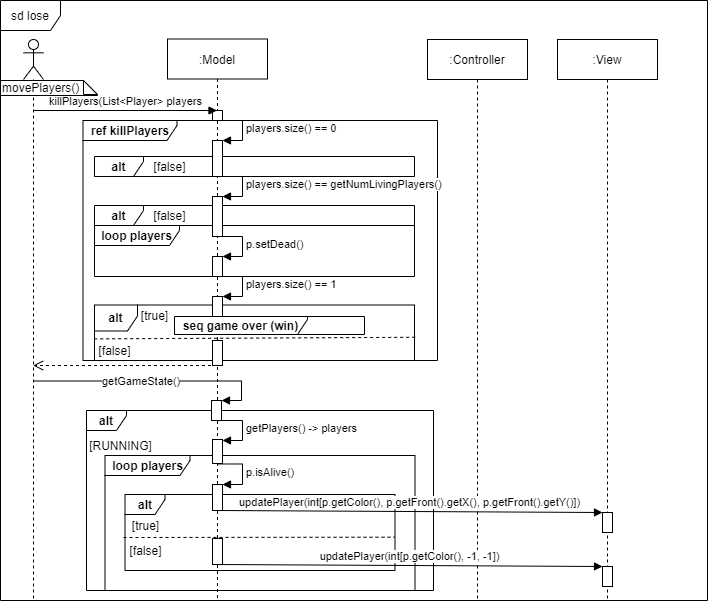
This is Doku/images/SD_UC7Lose.png from KjellooMelloo/gameoftrons, a draw.io export, as it was before one commit. Source tidied: cells renumbered, new cells last; positions are measured from the earlier drawing's top-left corner, leaving out a move shared by most shapes.
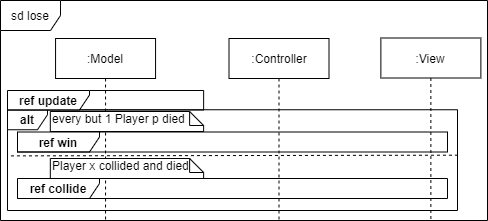
Above is the later version.

The edit, as a diff of the source:
```diff
@@ -3,198 +3,39 @@
     <mxCell id="0" />
     <mxCell id="1" parent="0" />
     <mxCell id="2" value="sd lose" style="shape=umlFrame;whiteSpace=wrap;html=1;fillColor=#ffffff;" parent="1" vertex="1">
-      <mxGeometry width="707" height="600" as="geometry" />
+      <mxGeometry y="-660" width="487" height="220" as="geometry" />
     </mxCell>
-    <mxCell id="3" value="&lt;b&gt;alt&lt;/b&gt;" style="shape=umlFrame;whiteSpace=wrap;html=1;width=40;height=20;" parent="1" vertex="1">
-      <mxGeometry x="124.5" y="494" width="270" height="76" as="geometry" />
+    <mxCell id="3" value="&lt;b&gt;alt&lt;/b&gt;" style="shape=umlFrame;whiteSpace=wrap;html=1;fillColor=#ffffff;width=40;height=20;" parent="1" vertex="1">
+      <mxGeometry x="7" y="-550.8" width="450" height="100.8" as="geometry" />
     </mxCell>
-    <mxCell id="4" value="&lt;b&gt;loop players&lt;/b&gt;" style="shape=umlFrame;whiteSpace=wrap;html=1;width=85;height=20;" parent="1" vertex="1">
-      <mxGeometry x="104.5" y="455" width="310" height="135" as="geometry" />
+    <mxCell id="4" value=":Model" style="shape=umlLifeline;perimeter=lifelinePerimeter;whiteSpace=wrap;html=1;" parent="1" vertex="1">
+      <mxGeometry x="55.1" y="-622" width="100" height="182" as="geometry" />
     </mxCell>
-    <mxCell id="5" value="&lt;b&gt;alt&lt;/b&gt;" style="shape=umlFrame;whiteSpace=wrap;html=1;width=40;height=20;" parent="1" vertex="1">
-      <mxGeometry x="86" y="410" width="347" height="180" as="geometry" />
+    <mxCell id="5" value=":Controller" style="shape=umlLifeline;perimeter=lifelinePerimeter;whiteSpace=wrap;html=1;outlineConnect=0;" parent="1" vertex="1">
+      <mxGeometry x="228.5" y="-622" width="100" height="182" as="geometry" />
     </mxCell>
-    <mxCell id="6" value="&lt;b&gt;ref killPlayers&lt;/b&gt;" style="shape=umlFrame;whiteSpace=wrap;html=1;fillColor=#ffffff;width=94;height=20;" parent="1" vertex="1">
-      <mxGeometry x="82.5" y="120" width="354.5" height="240" as="geometry" />
+    <mxCell id="6" value=":View" style="shape=umlLifeline;perimeter=lifelinePerimeter;whiteSpace=wrap;html=1;" parent="1" vertex="1">
+      <mxGeometry x="380.4" y="-622.5" width="100" height="182.5" as="geometry" />
     </mxCell>
-    <mxCell id="7" value="&lt;b&gt;alt&lt;/b&gt;" style="shape=umlFrame;whiteSpace=wrap;html=1;fillColor=#ffffff;width=43;height=26;" parent="1" vertex="1">
-      <mxGeometry x="94" y="304.5" width="320" height="55.5" as="geometry" />
+    <mxCell id="7" value="&lt;b&gt;ref update&lt;/b&gt;" style="shape=umlFrame;whiteSpace=wrap;html=1;fillColor=#ffffff;width=82;height=20;" parent="1" vertex="1">
+      <mxGeometry x="7" y="-570" width="196.1" height="19.5" as="geometry" />
     </mxCell>
-    <mxCell id="8" value="&lt;b&gt;loop players&lt;/b&gt;" style="shape=umlFrame;whiteSpace=wrap;html=1;width=85;height=20;" parent="1" vertex="1">
-      <mxGeometry x="94" y="225" width="320" height="51" as="geometry" />
+    <mxCell id="8" value="every but 1 Player p died" style="shape=note;whiteSpace=wrap;html=1;size=14;verticalAlign=top;align=left;spacingTop=-6;" parent="1" vertex="1">
+      <mxGeometry x="49.8" y="-549" width="153.3" height="20" as="geometry" />
     </mxCell>
-    <mxCell id="9" value="&lt;b&gt;alt&lt;/b&gt;" style="shape=umlFrame;whiteSpace=wrap;html=1;fillColor=#ffffff;width=49;height=20;" parent="1" vertex="1">
-      <mxGeometry x="94" y="205" width="320" height="20" as="geometry" />
+    <mxCell id="9" value="&lt;b&gt;ref win&lt;/b&gt;" style="shape=umlFrame;whiteSpace=wrap;html=1;fillColor=#ffffff;width=82;height=20;" parent="1" vertex="1">
+      <mxGeometry x="17" y="-528.5" width="430" height="20" as="geometry" />
     </mxCell>
-    <mxCell id="10" value="[false]" style="text;html=1;align=center;verticalAlign=middle;" parent="1" vertex="1">
-      <mxGeometry x="144" y="205" width="50" height="20" as="geometry" />
+    <mxCell id="10" style="endArrow=none;dashed=1;html=1;exitX=1.001;exitY=0.451;exitDx=0;exitDy=0;exitPerimeter=0;entryX=0;entryY=0.587;entryDx=0;entryDy=0;entryPerimeter=0;" parent="1" edge="1" source="3">
+      <mxGeometry relative="1" as="geometry">
+        <mxPoint x="7" y="-504.6" as="targetPoint" />
+      </mxGeometry>
     </mxCell>
-    <mxCell id="11" value="&lt;b&gt;alt&lt;/b&gt;" style="shape=umlFrame;whiteSpace=wrap;html=1;fillColor=#ffffff;width=49;height=20;" parent="1" vertex="1">
-      <mxGeometry x="94" y="156" width="320" height="20" as="geometry" />
+    <mxCell id="11" value="Player x collided and died" style="shape=note;whiteSpace=wrap;html=1;size=14;verticalAlign=top;align=left;spacingTop=-6;" parent="1" vertex="1">
+      <mxGeometry x="49.8" y="-502" width="153.3" height="20" as="geometry" />
     </mxCell>
-    <mxCell id="12" value="[false]" style="text;html=1;align=center;verticalAlign=middle;" parent="1" vertex="1">
-      <mxGeometry x="144" y="156" width="50" height="20" as="geometry" />
+    <mxCell id="12" value="&lt;b&gt;ref collide&lt;/b&gt;" style="shape=umlFrame;whiteSpace=wrap;html=1;fillColor=#ffffff;width=82;height=20;" parent="1" vertex="1">
+      <mxGeometry x="17" y="-482" width="430" height="20" as="geometry" />
     </mxCell>
-    <mxCell id="13" value=":Model" style="shape=umlLifeline;perimeter=lifelinePerimeter;whiteSpace=wrap;html=1;" parent="1" vertex="1">
-      <mxGeometry x="167" y="38.5" width="100" height="561.5" as="geometry" />
-    </mxCell>
-    <mxCell id="14" style="html=1;perimeter=orthogonalPerimeter;" parent="13" vertex="1">
-      <mxGeometry x="45" y="71.5" width="10" height="10" as="geometry" />
-    </mxCell>
-    <mxCell id="15" style="html=1;points=[];perimeter=orthogonalPerimeter;" parent="13" vertex="1">
-      <mxGeometry x="45" y="101.5" width="10" height="36" as="geometry" />
-    </mxCell>
-    <mxCell id="16" value="players.size() == 0" style="edgeStyle=orthogonalEdgeStyle;html=1;align=left;spacingLeft=2;endArrow=block;rounded=0;entryX=1;entryY=0;" parent="13" edge="1" target="15">
-      <mxGeometry relative="1" as="geometry">
-        <mxPoint x="50" y="81.5" as="sourcePoint" />
-        <Array as="points">
-          <mxPoint x="75" y="81.5" />
-        </Array>
-      </mxGeometry>
-    </mxCell>
-    <mxCell id="17" style="html=1;points=[];perimeter=orthogonalPerimeter;" parent="13" vertex="1">
-      <mxGeometry x="45" y="157.5" width="10" height="40" as="geometry" />
-    </mxCell>
-    <mxCell id="18" value="players.size() == getNumLivingPlayers()" style="edgeStyle=orthogonalEdgeStyle;html=1;align=left;spacingLeft=2;endArrow=block;rounded=0;entryX=1;entryY=0;" parent="13" edge="1" target="17">
-      <mxGeometry relative="1" as="geometry">
-        <mxPoint x="50" y="137.5" as="sourcePoint" />
-        <Array as="points">
-          <mxPoint x="75" y="137.5" />
-        </Array>
-      </mxGeometry>
-    </mxCell>
-    <mxCell id="19" style="html=1;points=[];perimeter=orthogonalPerimeter;" parent="13" vertex="1">
-      <mxGeometry x="45" y="217.5" width="10" height="20" as="geometry" />
-    </mxCell>
-    <mxCell id="20" value="p.setDead()" style="edgeStyle=orthogonalEdgeStyle;html=1;align=left;spacingLeft=2;endArrow=block;rounded=0;entryX=1;entryY=0;" parent="13" edge="1" target="19">
-      <mxGeometry relative="1" as="geometry">
-        <mxPoint x="50" y="197.5" as="sourcePoint" />
-        <Array as="points">
-          <mxPoint x="75" y="197.5" />
-        </Array>
-      </mxGeometry>
-    </mxCell>
-    <mxCell id="21" style="html=1;points=[];perimeter=orthogonalPerimeter;" parent="13" vertex="1">
-      <mxGeometry x="45" y="257.5" width="10" height="20" as="geometry" />
-    </mxCell>
-    <mxCell id="22" value="players.size() == 1" style="edgeStyle=orthogonalEdgeStyle;html=1;align=left;spacingLeft=2;endArrow=block;rounded=0;entryX=1;entryY=0;" parent="13" edge="1" target="21">
-      <mxGeometry relative="1" as="geometry">
-        <mxPoint x="50" y="237.5" as="sourcePoint" />
-        <Array as="points">
-          <mxPoint x="75" y="237.5" />
-        </Array>
-      </mxGeometry>
-    </mxCell>
-    <mxCell id="23" style="html=1;perimeter=orthogonalPerimeter;" parent="13" vertex="1">
-      <mxGeometry x="45" y="301.5" width="10" height="25" as="geometry" />
-    </mxCell>
-    <mxCell id="24" style="html=1;points=[];perimeter=orthogonalPerimeter;" parent="13" vertex="1">
-      <mxGeometry x="44" y="361.5" width="10" height="20" as="geometry" />
-    </mxCell>
-    <mxCell id="25" style="shape=umlLifeline;participant=umlActor;perimeter=lifelinePerimeter;whiteSpace=wrap;html=1;verticalAlign=top;spacingTop=36;labelBackgroundColor=#ffffff;outlineConnect=0;" parent="1" vertex="1">
-      <mxGeometry x="23" y="39" width="20" height="561" as="geometry" />
-    </mxCell>
-    <mxCell id="26" value="killPlayers(List&amp;lt;Player&amp;gt; players" style="html=1;verticalAlign=bottom;endArrow=block;" parent="25" edge="1">
-      <mxGeometry relative="1" as="geometry">
-        <mxPoint x="9.5" y="71" as="sourcePoint" />
-        <mxPoint x="193.5" y="71" as="targetPoint" />
-      </mxGeometry>
-    </mxCell>
-    <mxCell id="27" value=":Controller" style="shape=umlLifeline;perimeter=lifelinePerimeter;whiteSpace=wrap;html=1;" parent="1" vertex="1">
-      <mxGeometry x="427" y="39" width="100" height="561" as="geometry" />
-    </mxCell>
-    <mxCell id="28" value=":View" style="shape=umlLifeline;perimeter=lifelinePerimeter;whiteSpace=wrap;html=1;" parent="1" vertex="1">
-      <mxGeometry x="557" y="39" width="100" height="561" as="geometry" />
-    </mxCell>
-    <mxCell id="29" style="html=1;points=[];perimeter=orthogonalPerimeter;" parent="28" vertex="1">
-      <mxGeometry x="45" y="473" width="10" height="20" as="geometry" />
-    </mxCell>
-    <mxCell id="30" style="html=1;points=[];perimeter=orthogonalPerimeter;" parent="28" vertex="1">
-      <mxGeometry x="45" y="527" width="10" height="20" as="geometry" />
-    </mxCell>
-    <mxCell id="31" value="movePlayers()" style="shape=note;whiteSpace=wrap;html=1;size=14;verticalAlign=top;align=left;spacingTop=-6;" parent="1" vertex="1">
-      <mxGeometry y="80" width="97" height="15" as="geometry" />
-    </mxCell>
-    <mxCell id="32" style="html=1;perimeter=orthogonalPerimeter;" parent="1" vertex="1">
-      <mxGeometry x="212" y="439" width="10" height="24" as="geometry" />
-    </mxCell>
-    <mxCell id="33" style="html=1;points=[];perimeter=orthogonalPerimeter;" parent="1" vertex="1">
-      <mxGeometry x="212" y="484" width="10" height="26" as="geometry" />
-    </mxCell>
-    <mxCell id="34" style="html=1;perimeter=orthogonalPerimeter;" parent="1" vertex="1">
-      <mxGeometry x="212" y="538" width="10" height="26" as="geometry" />
-    </mxCell>
-    <mxCell id="35" value="[true]" style="text;html=1;align=center;verticalAlign=middle;" parent="1" vertex="1">
-      <mxGeometry x="134" y="304.5" width="40" height="20" as="geometry" />
-    </mxCell>
-    <mxCell id="36" value="&lt;b&gt;seq game over (win)&lt;/b&gt;" style="shape=umlFrame;whiteSpace=wrap;html=1;fillColor=#ffffff;width=133;height=18;" parent="1" vertex="1">
-      <mxGeometry x="174" y="316" width="190" height="18" as="geometry" />
-    </mxCell>
-    <mxCell id="37" style="endArrow=none;dashed=1;html=1;exitX=-0.001;exitY=0.532;exitDx=0;exitDy=0;exitPerimeter=0;entryX=1.01;entryY=0.514;entryDx=0;entryDy=0;entryPerimeter=0;" parent="1" edge="1">
-      <mxGeometry relative="1" as="geometry">
-        <mxPoint x="93.7" y="338.4" as="sourcePoint" />
-        <mxPoint x="417.2" y="336.8" as="targetPoint" />
-      </mxGeometry>
-    </mxCell>
-    <mxCell id="38" value="[false]" style="text;html=1;align=center;verticalAlign=middle;" parent="1" vertex="1">
-      <mxGeometry x="89" y="339.5" width="50" height="20" as="geometry" />
-    </mxCell>
-    <mxCell id="39" style="html=1;verticalAlign=bottom;endArrow=open;dashed=1;endSize=8;" parent="1" edge="1">
-      <mxGeometry relative="1" as="geometry">
-        <mxPoint x="216.5" y="365" as="sourcePoint" />
-        <mxPoint x="32.7" y="365" as="targetPoint" />
-      </mxGeometry>
-    </mxCell>
-    <mxCell id="40" value="getGameState()" style="edgeStyle=orthogonalEdgeStyle;html=1;align=left;spacingLeft=2;endArrow=block;rounded=0;entryX=1;entryY=0;" parent="1" edge="1" source="25" target="24">
-      <mxGeometry x="-0.48" relative="1" as="geometry">
-        <Array as="points">
-          <mxPoint x="241" y="380.5" />
-          <mxPoint x="241" y="400.5" />
-        </Array>
-      </mxGeometry>
-    </mxCell>
-    <mxCell id="41" value="[RUNNING]" style="text;html=1;align=center;verticalAlign=middle;" parent="1" vertex="1">
-      <mxGeometry x="80" y="435" width="80" height="20" as="geometry" />
-    </mxCell>
-    <mxCell id="42" value="[true]" style="text;html=1;align=center;verticalAlign=middle;" parent="1" vertex="1">
-      <mxGeometry x="124.5" y="515" width="40" height="20" as="geometry" />
-    </mxCell>
-    <mxCell id="43" value="updatePlayer(int[p.getColor(), p.getFront().getX(), p.getFront().getY()])" style="html=1;verticalAlign=bottom;endArrow=block;entryX=0;entryY=0;" parent="1" edge="1" target="29">
-      <mxGeometry relative="1" as="geometry">
-        <mxPoint x="216.3" y="510" as="sourcePoint" />
-      </mxGeometry>
-    </mxCell>
-    <mxCell id="44" style="endArrow=none;dashed=1;html=1;entryX=0.998;entryY=0.588;entryDx=0;entryDy=0;entryPerimeter=0;" parent="1" edge="1">
-      <mxGeometry relative="1" as="geometry">
-        <mxPoint x="123" y="537" as="sourcePoint" />
-        <mxPoint x="394" y="536.7" as="targetPoint" />
-      </mxGeometry>
-    </mxCell>
-    <mxCell id="45" value="[false]" style="text;html=1;align=center;verticalAlign=middle;" parent="1" vertex="1">
-      <mxGeometry x="119.5" y="540" width="50" height="20" as="geometry" />
-    </mxCell>
-    <mxCell id="46" value="updatePlayer(int[p.getColor(), -1, -1])" style="html=1;verticalAlign=bottom;endArrow=block;entryX=0;entryY=0;" parent="1" edge="1" target="30">
-      <mxGeometry relative="1" as="geometry">
-        <mxPoint x="216" y="564" as="sourcePoint" />
-      </mxGeometry>
-    </mxCell>
-    <mxCell id="47" value="getPlayers() -&amp;gt; players" style="edgeStyle=orthogonalEdgeStyle;html=1;align=left;spacingLeft=2;endArrow=block;rounded=0;entryX=1;entryY=0;" parent="1" edge="1">
-      <mxGeometry relative="1" as="geometry">
-        <mxPoint x="216.9" y="420" as="sourcePoint" />
-        <mxPoint x="222" y="440" as="targetPoint" />
-        <Array as="points">
-          <mxPoint x="242" y="420" />
-          <mxPoint x="242" y="440" />
-        </Array>
-      </mxGeometry>
-    </mxCell>
-    <mxCell id="48" value="p.isAlive()" style="edgeStyle=orthogonalEdgeStyle;html=1;align=left;spacingLeft=2;endArrow=block;rounded=0;entryX=1;entryY=0;exitX=0.378;exitY=0.297;exitDx=0;exitDy=0;exitPerimeter=0;" parent="1" edge="1" source="5" target="33">
-      <mxGeometry relative="1" as="geometry">
-        <Array as="points">
-          <mxPoint x="242" y="463.5" />
-          <mxPoint x="242" y="483.5" />
-        </Array>
-      </mxGeometry>
-    </mxCell>
   </root>
 </mxGraphModel>
```
